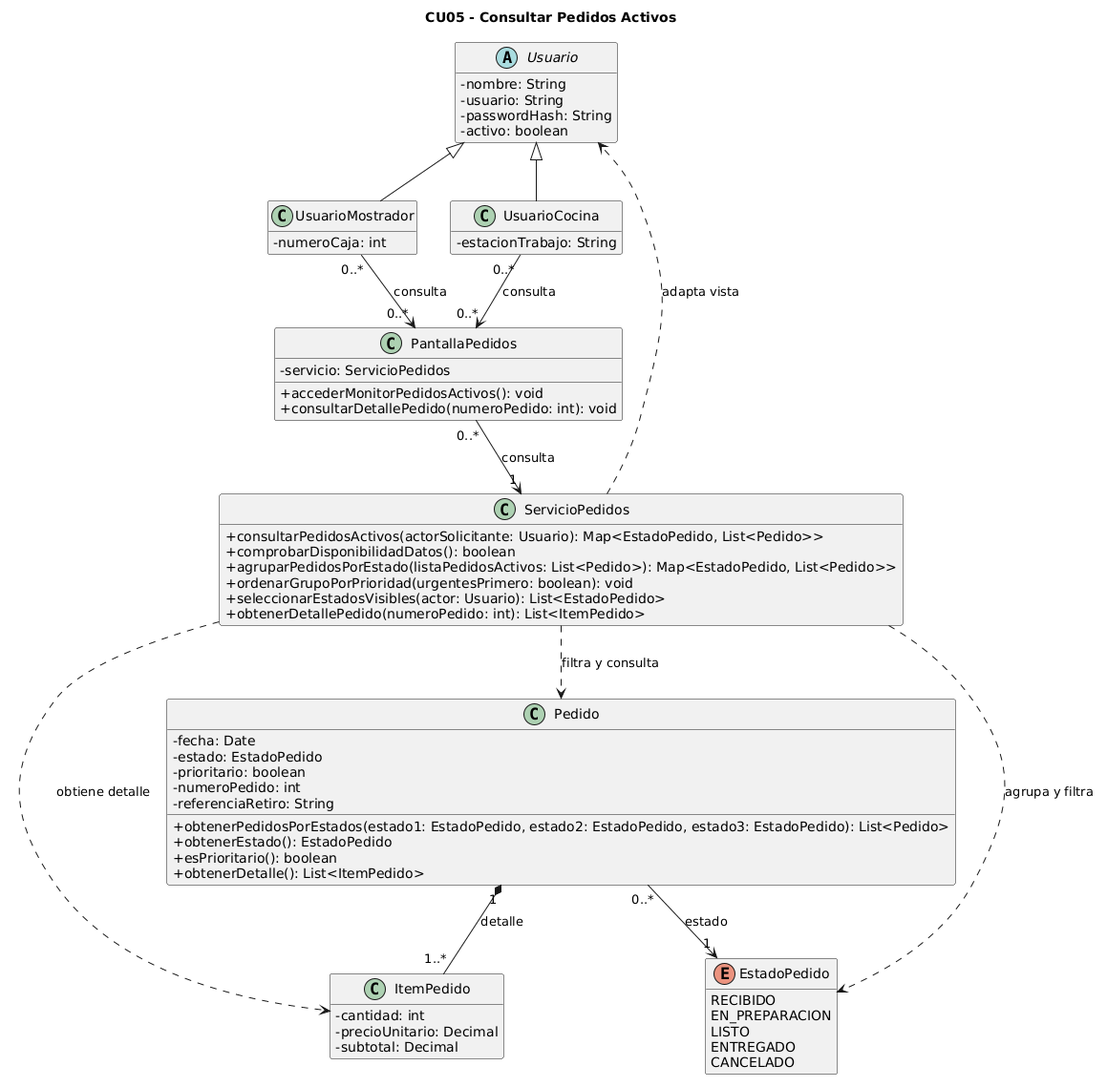
This is diagramas/01-diagrama-clases/05-clases-consultar-pedidos-activos-05.png from eloeyhe/SistemaPedidos, a PlantUML export, as it was before one commit.
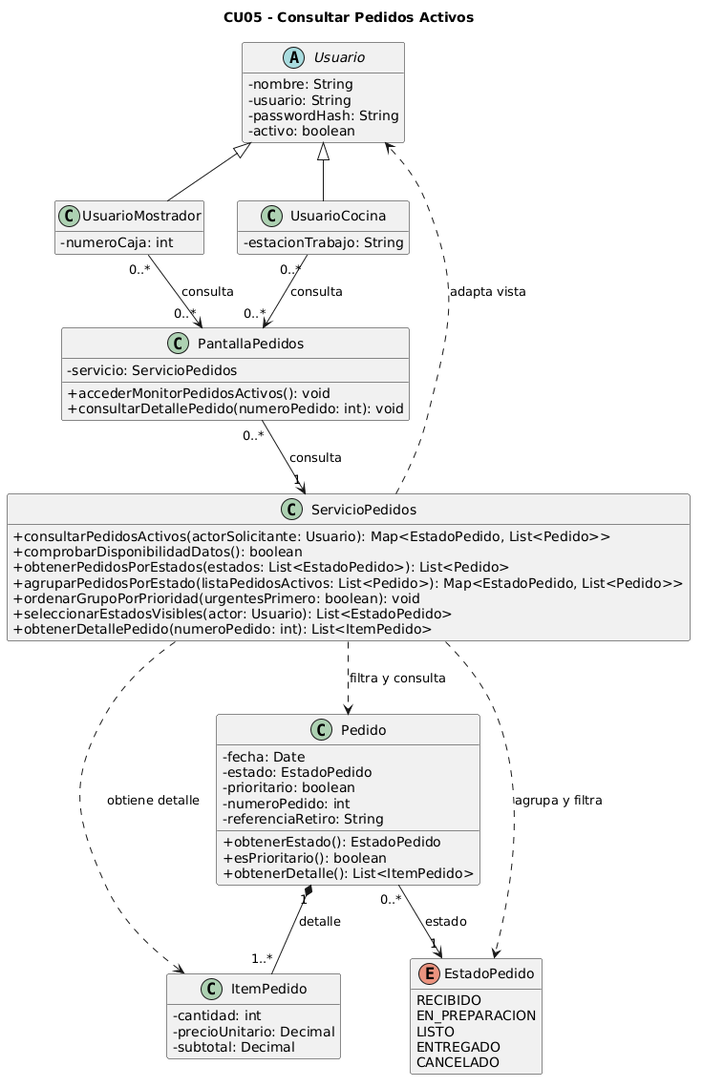
After the change.

The edit, as a diff of the source:
```diff
@@ -27,6 +27,7 @@
 class ServicioPedidos {
   + consultarPedidosActivos(actorSolicitante: Usuario): Map<EstadoPedido, List<Pedido>>
   + comprobarDisponibilidadDatos(): boolean
+  + obtenerPedidosPorEstados(estados: List<EstadoPedido>): List<Pedido>
   + agruparPedidosPorEstado(listaPedidosActivos: List<Pedido>): Map<EstadoPedido, List<Pedido>>
   + ordenarGrupoPorPrioridad(urgentesPrimero: boolean): void
   + seleccionarEstadosVisibles(actor: Usuario): List<EstadoPedido>
@@ -39,7 +40,6 @@
   - prioritario: boolean
   - numeroPedido: int
   - referenciaRetiro: String
-  + obtenerPedidosPorEstados(estado1: EstadoPedido, estado2: EstadoPedido, estado3: EstadoPedido): List<Pedido>
   + obtenerEstado(): EstadoPedido
   + esPrioritario(): boolean
   + obtenerDetalle(): List<ItemPedido>
```
